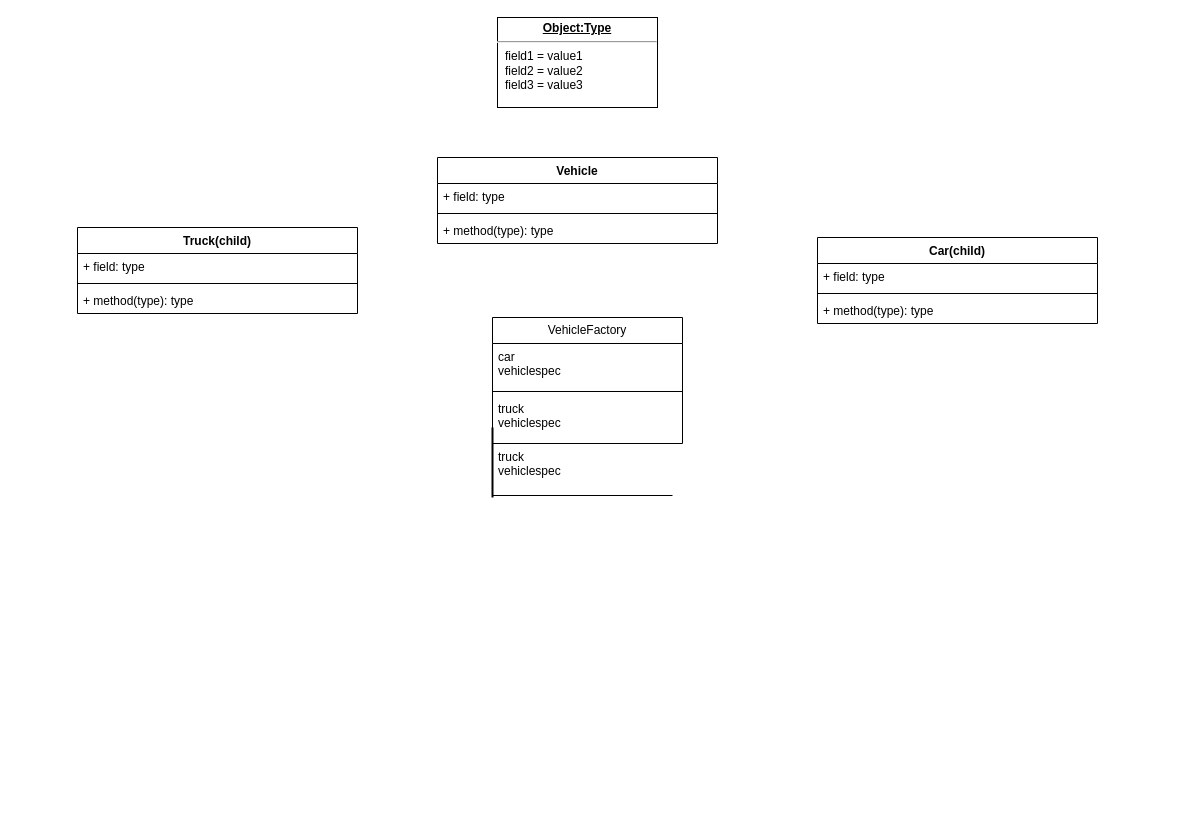
ethxlol/Backend_dev keeps this draw.io diagram as backendContainer/Untitled Diagram.drawio. Above is the earlier version. Source tidied: cells renumbered, new cells numbered last; positions are measured from the earlier drawing's top-left corner, leaving out a move shared by most shapes. Both pictures are drawn from the tidied source at 100%, with x=0, y=0 at pixel (77, 17).
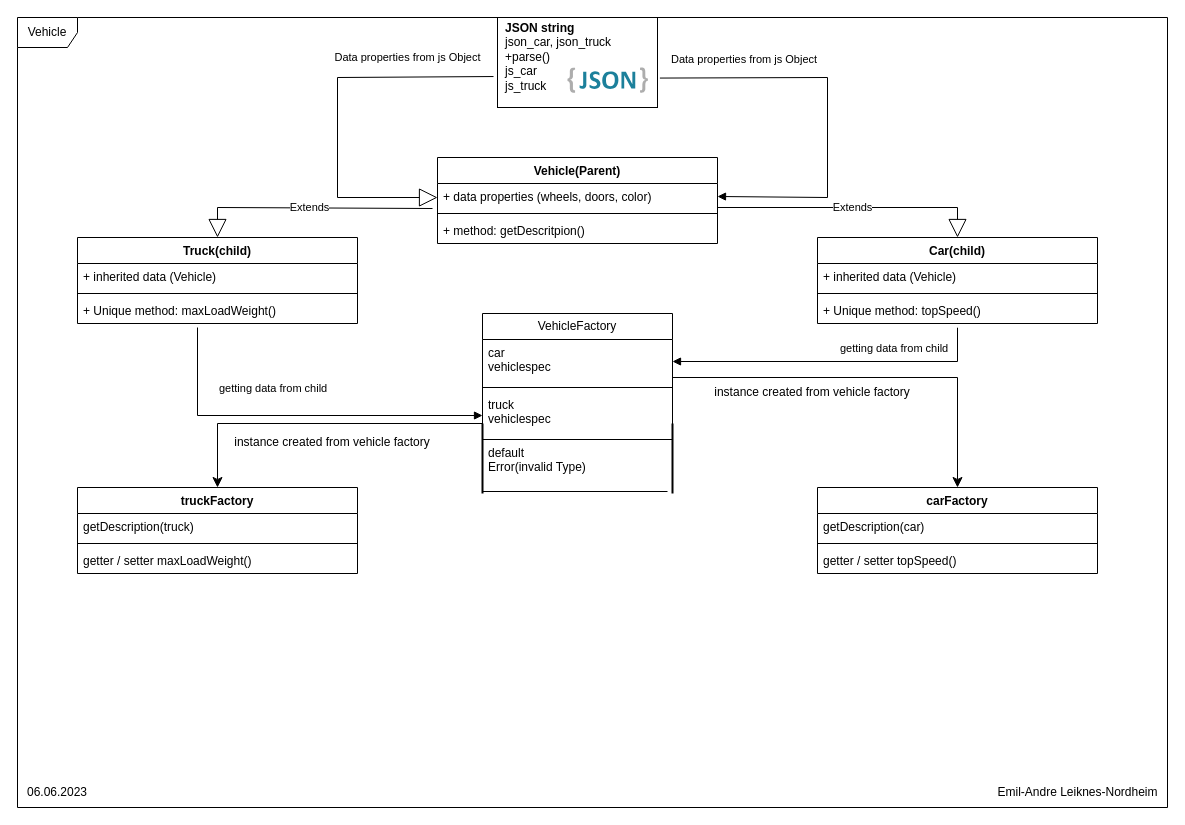
The same page after the edit.

The change refers to these unchanged cells:
```xml
<mxCell id="7" value="car&lt;br&gt;vehiclespec" style="text;strokeColor=none;fillColor=none;align=left;verticalAlign=top;spacingLeft=4;spacingRight=4;overflow=hidden;points=[[0,0.5],[1,0.5]];portConstraint=eastwest;whiteSpace=wrap;html=1;" parent="6" vertex="1">
  <mxGeometry y="26" width="190" height="44" as="geometry" />
</mxCell>
<mxCell id="9" value="truck&lt;br&gt;vehiclespec" style="text;strokeColor=none;fillColor=none;align=left;verticalAlign=top;spacingLeft=4;spacingRight=4;overflow=hidden;points=[[0,0.5],[1,0.5]];portConstraint=eastwest;whiteSpace=wrap;html=1;" parent="6" vertex="1">
  <mxGeometry y="78" width="190" height="48" as="geometry" />
</mxCell>
<mxCell id="10" value="Car(child)" style="swimlane;fontStyle=1;align=center;verticalAlign=top;horizontal=1;startSize=26;whiteSpace=wrap;html=1;" parent="1" vertex="1">
  <mxGeometry x="740" y="220" width="280" height="86" as="geometry" />
</mxCell>
```

Change to the diagram source:
```diff
@@
     <mxCell id="2" value="Truck(child)" style="swimlane;fontStyle=1;align=center;verticalAlign=top;horizontal=1;startSize=26;whiteSpace=wrap;html=1;" parent="1" vertex="1">
-      <mxGeometry y="210" width="280" height="86" as="geometry" />
+      <mxGeometry y="220" width="280" height="86" as="geometry" />
     </mxCell>
-    <mxCell id="3" value="+ field: type" style="text;strokeColor=none;fillColor=none;align=left;verticalAlign=top;spacingLeft=4;spacingRight=4;overflow=hidden;whiteSpace=wrap;html=1;" parent="2" vertex="1">
+    <mxCell id="3" value="+ inherited data (Vehicle)" style="text;strokeColor=none;fillColor=none;align=left;verticalAlign=top;spacingLeft=4;spacingRight=4;overflow=hidden;whiteSpace=wrap;html=1;" parent="2" vertex="1">
       <mxGeometry y="26" width="280" height="26" as="geometry" />
     </mxCell>
@@
-    <mxCell id="5" value="+ method(type): type" style="text;strokeColor=none;fillColor=none;align=left;verticalAlign=top;spacingLeft=4;spacingRight=4;overflow=hidden;whiteSpace=wrap;html=1;" parent="2" vertex="1">
+    <mxCell id="5" value="+ Unique method: maxLoadWeight()" style="text;strokeColor=none;fillColor=none;align=left;verticalAlign=top;spacingLeft=4;spacingRight=4;overflow=hidden;whiteSpace=wrap;html=1;" parent="2" vertex="1">
       <mxGeometry y="60" width="280" height="26" as="geometry" />
     </mxCell>
     <mxCell id="6" value="VehicleFactory" style="swimlane;fontStyle=0;horizontal=1;startSize=26;fillColor=none;whiteSpace=wrap;html=1;" parent="1" vertex="1">
-      <mxGeometry x="415" y="300" width="190" height="126" as="geometry" />
+      <mxGeometry x="405" y="296" width="190" height="126" as="geometry" />
     </mxCell>
@@
-    <mxCell id="11" value="+ field: type" style="text;strokeColor=none;fillColor=none;align=left;verticalAlign=top;spacingLeft=4;spacingRight=4;overflow=hidden;whiteSpace=wrap;html=1;" parent="10" vertex="1">
+    <mxCell id="11" value="+ inherited data (Vehicle)" style="text;strokeColor=none;fillColor=none;align=left;verticalAlign=top;spacingLeft=4;spacingRight=4;overflow=hidden;whiteSpace=wrap;html=1;" parent="10" vertex="1">
       <mxGeometry y="26" width="280" height="26" as="geometry" />
     </mxCell>
@@
-    <mxCell id="13" value="+ method(type): type" style="text;strokeColor=none;fillColor=none;align=left;verticalAlign=top;spacingLeft=4;spacingRight=4;overflow=hidden;points=[[0,0.5],[1,0.5]];portConstraint=eastwest;whiteSpace=wrap;html=1;" parent="10" vertex="1">
+    <mxCell id="13" value="+ Unique method: topSpeed()" style="text;strokeColor=none;fillColor=none;align=left;verticalAlign=top;spacingLeft=4;spacingRight=4;overflow=hidden;points=[[0,0.5],[1,0.5]];portConstraint=eastwest;whiteSpace=wrap;html=1;" parent="10" vertex="1">
       <mxGeometry y="60" width="280" height="26" as="geometry" />
     </mxCell>
-    <mxCell id="14" value="&lt;p style=&quot;margin:0px;margin-top:4px;text-align:center;text-decoration:underline;&quot;&gt;&lt;b&gt;Object:Type&lt;/b&gt;&lt;/p&gt;&lt;hr/&gt;&lt;p style=&quot;margin:0px;margin-left:8px;&quot;&gt;field1 = value1&lt;br/&gt;field2 = value2&lt;br&gt;field3 = value3&lt;/p&gt;" style="verticalAlign=top;align=left;overflow=fill;fontSize=12;fontFamily=Helvetica;html=1;whiteSpace=wrap;" parent="1" vertex="1">
+    <mxCell id="14" value="&lt;p style=&quot;margin:0px;margin-top:4px;text-align:center;text-decoration:underline;&quot;&gt;&lt;/p&gt;&lt;p style=&quot;margin:0px;margin-left:8px;&quot;&gt;&lt;b&gt;JSON string&amp;nbsp;&lt;/b&gt;&lt;/p&gt;&lt;p style=&quot;margin:0px;margin-left:8px;&quot;&gt;json_car, json_truck&lt;/p&gt;&lt;p style=&quot;margin:0px;margin-left:8px;&quot;&gt;+parse()&lt;/p&gt;&lt;p style=&quot;margin:0px;margin-left:8px;&quot;&gt;js_car&lt;/p&gt;&lt;p style=&quot;margin:0px;margin-left:8px;&quot;&gt;js_truck&lt;/p&gt;" style="verticalAlign=top;align=left;overflow=fill;fontSize=12;fontFamily=Helvetica;html=1;whiteSpace=wrap;" parent="1" vertex="1">
       <mxGeometry x="420" width="160" height="90" as="geometry" />
     </mxCell>
-    <mxCell id="15" value="Vehicle" style="swimlane;fontStyle=1;align=center;verticalAlign=top;horizontal=1;startSize=26;whiteSpace=wrap;html=1;" parent="1" vertex="1">
+    <mxCell id="15" value="Vehicle(Parent)" style="swimlane;fontStyle=1;align=center;verticalAlign=top;horizontal=1;startSize=26;whiteSpace=wrap;html=1;" parent="1" vertex="1">
       <mxGeometry x="360" y="140" width="280" height="86" as="geometry" />
     </mxCell>
-    <mxCell id="16" value="+ field: type" style="text;strokeColor=none;fillColor=none;align=left;verticalAlign=top;spacingLeft=4;spacingRight=4;overflow=hidden;points=[[0,0.5],[1,0.5]];portConstraint=eastwest;whiteSpace=wrap;html=1;" parent="15" vertex="1">
+    <mxCell id="16" value="+ data properties (wheels, doors, color)" style="text;strokeColor=none;fillColor=none;align=left;verticalAlign=top;spacingLeft=4;spacingRight=4;overflow=hidden;points=[[0,0.5],[1,0.5]];portConstraint=eastwest;whiteSpace=wrap;html=1;" parent="15" vertex="1">
       <mxGeometry y="26" width="280" height="26" as="geometry" />
     </mxCell>
+    <mxCell id="22" value="Extends" style="endArrow=block;endSize=16;endFill=0;html=1;rounded=0;entryX=0.5;entryY=0;entryDx=0;entryDy=0;" parent="15" edge="1" target="2">
+      <mxGeometry relative="1" as="geometry">
+        <mxPoint x="-5" y="51" as="sourcePoint" />
+        <Array as="points">
+          <mxPoint x="-220" y="50" />
+        </Array>
+      </mxGeometry>
+    </mxCell>
@@
-    <mxCell id="18" value="+ method(type): type" style="text;strokeColor=none;fillColor=none;align=left;verticalAlign=top;spacingLeft=4;spacingRight=4;overflow=hidden;whiteSpace=wrap;html=1;" parent="15" vertex="1">
+    <mxCell id="18" value="+ method: getDescritpion()" style="text;strokeColor=none;fillColor=none;align=left;verticalAlign=top;spacingLeft=4;spacingRight=4;overflow=hidden;whiteSpace=wrap;html=1;" parent="15" vertex="1">
       <mxGeometry y="60" width="280" height="26" as="geometry" />
     </mxCell>
-    <mxCell id="19" value="truck&lt;br&gt;vehiclespec" style="text;strokeColor=none;fillColor=none;align=left;verticalAlign=top;spacingLeft=4;spacingRight=4;overflow=hidden;whiteSpace=wrap;html=1;" parent="1" vertex="1">
-      <mxGeometry x="415" y="426" width="190" height="48" as="geometry" />
+    <mxCell id="19" value="default&lt;br&gt;Error(invalid Type)" style="text;strokeColor=none;fillColor=none;align=left;verticalAlign=top;spacingLeft=4;spacingRight=4;overflow=hidden;whiteSpace=wrap;html=1;" parent="1" vertex="1">
+      <mxGeometry x="405" y="422" width="190" height="48" as="geometry" />
     </mxCell>
     <mxCell id="20" style="line;strokeWidth=1;fillColor=none;align=left;verticalAlign=middle;spacingTop=-1;spacingLeft=3;spacingRight=3;labelPosition=right;strokeColor=inherit;" parent="1" vertex="1">
-      <mxGeometry x="415" y="474" width="180" height="8" as="geometry" />
+      <mxGeometry x="405" y="470" width="185" height="8" as="geometry" />
     </mxCell>
     <mxCell id="21" style="line;strokeWidth=2;direction=south;html=1;" parent="1" vertex="1">
-      <mxGeometry x="410" y="410" width="10" height="70" as="geometry" />
+      <mxGeometry x="400" y="406" width="10" height="70" as="geometry" />
     </mxCell>
+    <mxCell id="23" style="line;strokeWidth=2;direction=south;html=1;" parent="1" vertex="1">
+      <mxGeometry x="590" y="406" width="10" height="70" as="geometry" />
+    </mxCell>
+    <mxCell id="24" style="dashed=0;html=1;align=center;labelPosition=center;verticalLabelPosition=bottom;verticalAlign=top;shape=mxgraph.weblogos.json_2;" parent="1" vertex="1">
+      <mxGeometry x="490" y="50" width="80.4" height="25.2" as="geometry" />
+    </mxCell>
+    <mxCell id="25" value="Data properties from js Object" style="endArrow=block;endSize=16;endFill=0;html=1;rounded=0;exitX=-0.025;exitY=0.656;exitDx=0;exitDy=0;exitPerimeter=0;" parent="1" edge="1" source="14">
+      <mxGeometry x="-0.54" y="-20" relative="1" as="geometry">
+        <mxPoint x="360" y="180" as="targetPoint" />
+        <Array as="points">
+          <mxPoint x="260" y="60" />
+          <mxPoint x="260" y="180" />
+        </Array>
+      </mxGeometry>
+    </mxCell>
+    <mxCell id="26" value="Data properties from js Object" style="html=1;verticalAlign=bottom;labelBackgroundColor=none;endArrow=block;endFill=1;endSize=6;align=left;rounded=0;entryX=1;entryY=0.5;entryDx=0;entryDy=0;exitX=1.015;exitY=0.673;exitDx=0;exitDy=0;exitPerimeter=0;" parent="1" edge="1" source="14" target="16">
+      <mxGeometry x="-0.95" y="10" relative="1" as="geometry">
+        <Array as="points">
+          <mxPoint x="750" y="60" />
+          <mxPoint x="750" y="180" />
+        </Array>
+      </mxGeometry>
+    </mxCell>
+    <mxCell id="27" value="Extends" style="endArrow=block;endSize=16;endFill=0;html=1;rounded=0;entryX=0.5;entryY=0;entryDx=0;entryDy=0;" parent="1" edge="1" target="10">
+      <mxGeometry relative="1" as="geometry">
+        <mxPoint x="640" y="190" as="sourcePoint" />
+        <Array as="points">
+          <mxPoint x="880" y="190" />
+        </Array>
+      </mxGeometry>
+    </mxCell>
+    <mxCell id="28" value="getting data from child" style="html=1;verticalAlign=bottom;labelBackgroundColor=none;endArrow=block;endFill=1;endSize=6;align=left;rounded=0;entryX=0;entryY=0.5;entryDx=0;entryDy=0;" parent="1" edge="1" target="9">
+      <mxGeometry x="-0.42" y="18" relative="1" as="geometry">
+        <mxPoint x="120" y="310" as="sourcePoint" />
+        <Array as="points">
+          <mxPoint x="120" y="398" />
+        </Array>
+      </mxGeometry>
+    </mxCell>
+    <mxCell id="29" value="getting data from child" style="html=1;verticalAlign=bottom;labelBackgroundColor=none;endArrow=block;endFill=1;endSize=6;align=left;rounded=0;entryX=1;entryY=0.5;entryDx=0;entryDy=0;exitX=0.5;exitY=1.162;exitDx=0;exitDy=0;exitPerimeter=0;" parent="1" edge="1" source="13" target="7">
+      <mxGeometry x="-0.04" y="-4" relative="1" as="geometry">
+        <Array as="points">
+          <mxPoint x="880" y="344" />
+        </Array>
+      </mxGeometry>
+    </mxCell>
+    <mxCell id="30" value="carFactory" style="swimlane;fontStyle=1;align=center;verticalAlign=top;horizontal=1;startSize=26;whiteSpace=wrap;html=1;" parent="1" vertex="1">
+      <mxGeometry x="740" y="470" width="280" height="86" as="geometry" />
+    </mxCell>
+    <mxCell id="31" value="getDescription(car)" style="text;strokeColor=none;fillColor=none;align=left;verticalAlign=top;spacingLeft=4;spacingRight=4;overflow=hidden;whiteSpace=wrap;html=1;" parent="30" vertex="1">
+      <mxGeometry y="26" width="280" height="26" as="geometry" />
+    </mxCell>
+    <mxCell id="32" style="line;strokeWidth=1;fillColor=none;align=left;verticalAlign=middle;spacingTop=-1;spacingLeft=3;spacingRight=3;labelPosition=right;strokeColor=inherit;" parent="30" vertex="1">
+      <mxGeometry y="52" width="280" height="8" as="geometry" />
+    </mxCell>
+    <mxCell id="33" value="getter / setter topSpeed()" style="text;strokeColor=none;fillColor=none;align=left;verticalAlign=top;spacingLeft=4;spacingRight=4;overflow=hidden;whiteSpace=wrap;html=1;" parent="30" vertex="1">
+      <mxGeometry y="60" width="280" height="26" as="geometry" />
+    </mxCell>
+    <mxCell id="34" value="truckFactory" style="swimlane;fontStyle=1;align=center;verticalAlign=top;horizontal=1;startSize=26;whiteSpace=wrap;html=1;" parent="1" vertex="1">
+      <mxGeometry y="470" width="280" height="86" as="geometry" />
+    </mxCell>
+    <mxCell id="35" value="getDescription(truck)" style="text;strokeColor=none;fillColor=none;align=left;verticalAlign=top;spacingLeft=4;spacingRight=4;overflow=hidden;whiteSpace=wrap;html=1;" parent="34" vertex="1">
+      <mxGeometry y="26" width="280" height="26" as="geometry" />
+    </mxCell>
+    <mxCell id="36" style="line;strokeWidth=1;fillColor=none;align=left;verticalAlign=middle;spacingTop=-1;spacingLeft=3;spacingRight=3;labelPosition=right;strokeColor=inherit;" parent="34" vertex="1">
+      <mxGeometry y="52" width="280" height="8" as="geometry" />
+    </mxCell>
+    <mxCell id="37" value="getter / setter maxLoadWeight()" style="text;strokeColor=none;fillColor=none;align=left;verticalAlign=top;spacingLeft=4;spacingRight=4;overflow=hidden;whiteSpace=wrap;html=1;" parent="34" vertex="1">
+      <mxGeometry y="60" width="280" height="26" as="geometry" />
+    </mxCell>
+    <mxCell id="38" style="edgeStyle=segmentEdgeStyle;endArrow=classic;html=1;curved=0;rounded=0;endSize=8;startSize=8;entryX=0.5;entryY=0;entryDx=0;entryDy=0;" parent="1" edge="1" target="30">
+      <mxGeometry relative="1" as="geometry">
+        <mxPoint x="595" y="360" as="sourcePoint" />
+      </mxGeometry>
+    </mxCell>
+    <mxCell id="39" style="edgeStyle=segmentEdgeStyle;endArrow=classic;html=1;curved=0;rounded=0;endSize=8;startSize=8;entryX=0.5;entryY=0;entryDx=0;entryDy=0;exitX=0;exitY=0.5;exitDx=0;exitDy=0;exitPerimeter=0;" parent="1" edge="1" source="21" target="34">
+      <mxGeometry relative="1" as="geometry" />
+    </mxCell>
+    <mxCell id="40" value="instance created from vehicle factory" style="text;html=1;strokeColor=none;fillColor=none;align=center;verticalAlign=middle;whiteSpace=wrap;rounded=0;" parent="1" vertex="1">
+      <mxGeometry x="150" y="410" width="210" height="30" as="geometry" />
+    </mxCell>
+    <mxCell id="41" value="instance created from vehicle factory" style="text;html=1;strokeColor=none;fillColor=none;align=center;verticalAlign=middle;whiteSpace=wrap;rounded=0;" parent="1" vertex="1">
+      <mxGeometry x="630" y="360" width="210" height="30" as="geometry" />
+    </mxCell>
+    <mxCell id="42" value="Vehicle" style="shape=umlFrame;whiteSpace=wrap;html=1;" parent="1" vertex="1">
+      <mxGeometry x="-60" width="1150" height="790" as="geometry" />
+    </mxCell>
+    <mxCell id="43" value="06.06.2023" style="text;strokeColor=none;align=center;fillColor=none;html=1;verticalAlign=middle;whiteSpace=wrap;rounded=0;" parent="1" vertex="1">
+      <mxGeometry x="-50" y="760" width="60" height="30" as="geometry" />
+    </mxCell>
+    <mxCell id="44" value="Emil-Andre Leiknes-Nordheim" style="text;html=1;align=center;verticalAlign=middle;strokeColor=none;fillColor=none;" parent="1" vertex="1">
+      <mxGeometry x="910" y="760" width="180" height="30" as="geometry" />
+    </mxCell>
```
